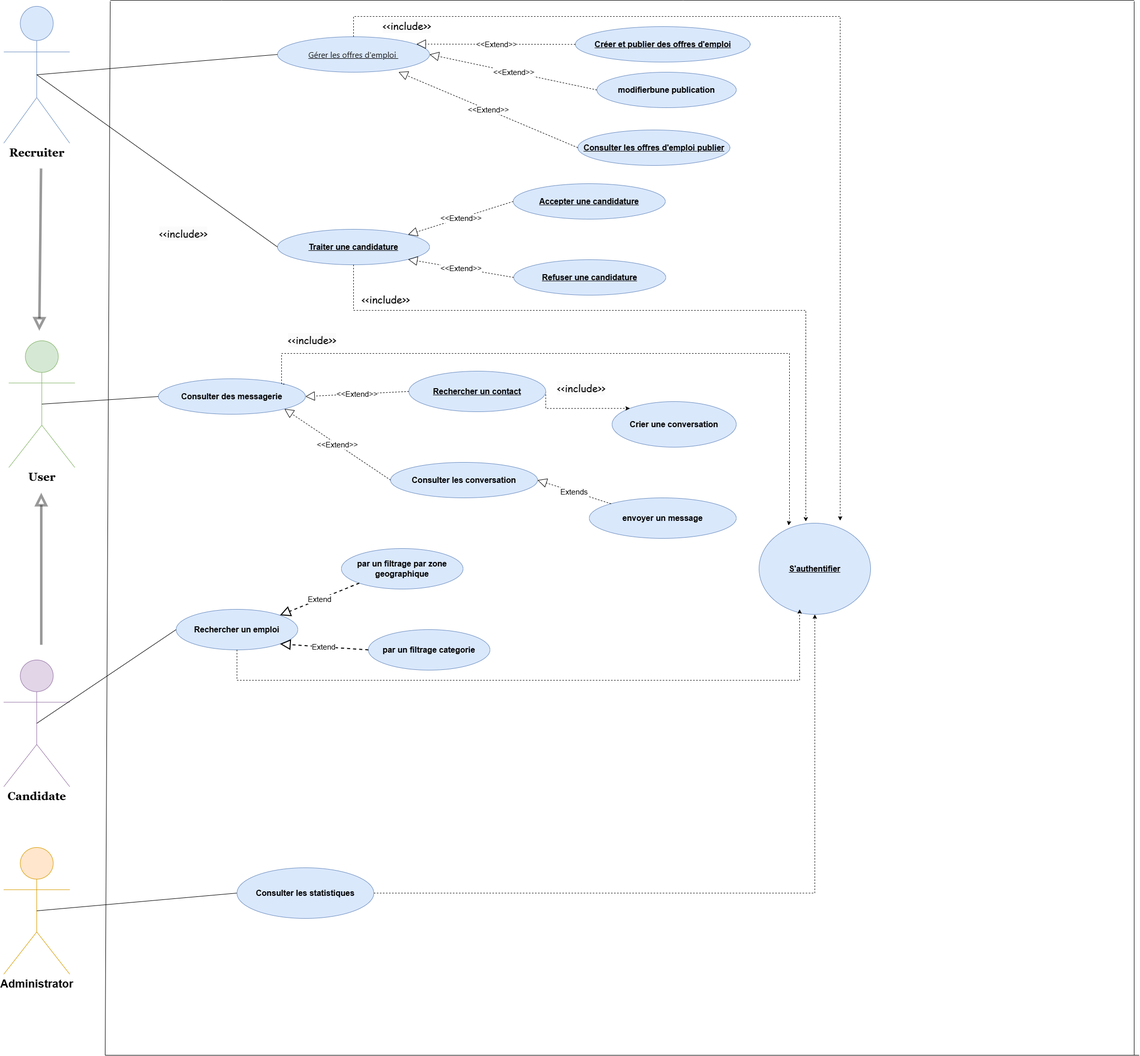
Earlier version of the draw.io export Diagramme cas utilisation sprint2.drawio.png (chirine1/-project). Source tidied: cells renumbered, new cells last; positions are measured from the earlier drawing's top-left corner, leaving out a move shared by most shapes.
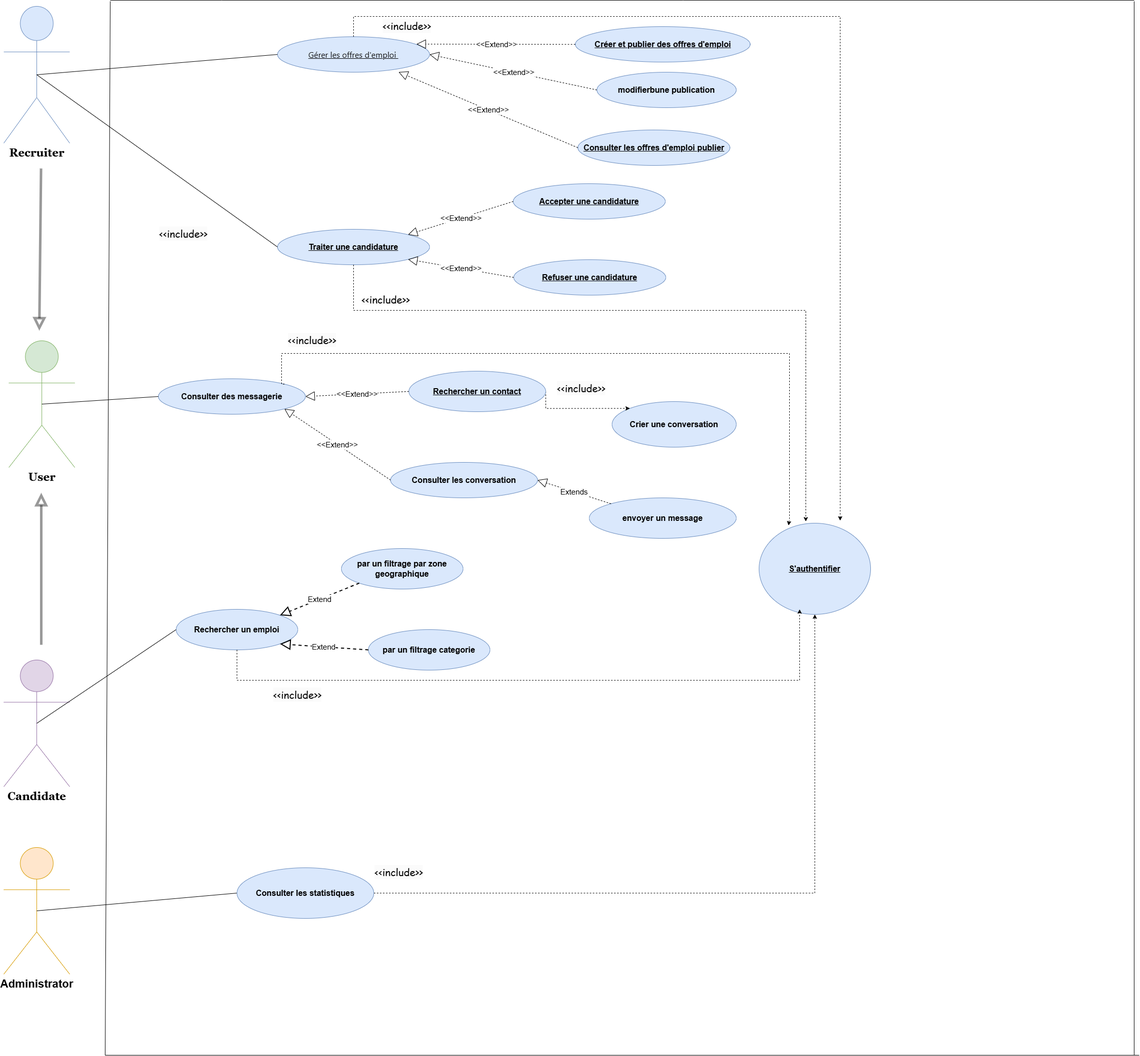
Above is the later version.

Commit message:
Mettre à jour Diagramme cas utilisation sprint2.drawio.png

The edit, as a diff of the source:
```diff
@@ -223,5 +223,11 @@
     <mxCell id="56" value="&lt;b&gt;&lt;font style=&quot;font-size: 16px;&quot;&gt;Consulter les statistiques&lt;/font&gt;&lt;/b&gt;" style="ellipse;whiteSpace=wrap;html=1;fillColor=#dae8fc;strokeColor=#6c8ebf;" parent="1" vertex="1">
       <mxGeometry x="460" y="1712" width="270" height="100" as="geometry" />
     </mxCell>
+    <mxCell id="57" value="&lt;span style=&quot;color: rgb(0, 0, 0); font-family: &amp;quot;Comic Sans MS&amp;quot;; font-size: 20px; font-style: normal; font-variant-ligatures: normal; font-variant-caps: normal; font-weight: 400; letter-spacing: normal; orphans: 2; text-align: center; text-indent: 0px; text-transform: none; widows: 2; word-spacing: 0px; -webkit-text-stroke-width: 0px; background-color: rgb(251, 251, 251); text-decoration-thickness: initial; text-decoration-style: initial; text-decoration-color: initial; float: none; display: inline !important;&quot;&gt;&amp;lt;&amp;lt;include&amp;gt;&amp;gt;&lt;/span&gt;" style="text;whiteSpace=wrap;html=1;" parent="1" vertex="1">
+      <mxGeometry x="530" y="1352" width="130" height="50" as="geometry" />
+    </mxCell>
+    <mxCell id="58" value="&lt;span style=&quot;color: rgb(0, 0, 0); font-family: &amp;quot;Comic Sans MS&amp;quot;; font-size: 20px; font-style: normal; font-variant-ligatures: normal; font-variant-caps: normal; font-weight: 400; letter-spacing: normal; orphans: 2; text-align: center; text-indent: 0px; text-transform: none; widows: 2; word-spacing: 0px; -webkit-text-stroke-width: 0px; background-color: rgb(251, 251, 251); text-decoration-thickness: initial; text-decoration-style: initial; text-decoration-color: initial; float: none; display: inline !important;&quot;&gt;&amp;lt;&amp;lt;include&amp;gt;&amp;gt;&lt;/span&gt;" style="text;whiteSpace=wrap;html=1;" parent="1" vertex="1">
+      <mxGeometry x="730" y="1702" width="130" height="50" as="geometry" />
+    </mxCell>
   </root>
 </mxGraphModel>
```
